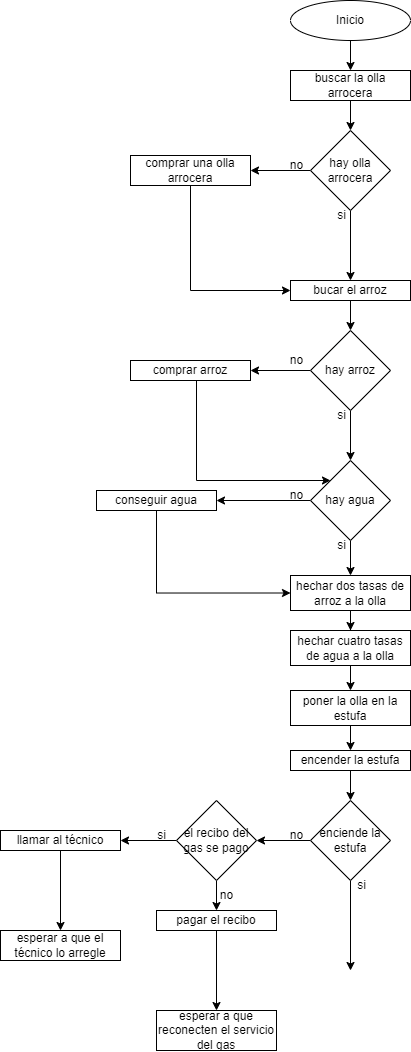
The draw.io diagram cocinar arroz.drawio.png in dasamepu/platzi-flowcharts-de-la-vida-diaria, before a commit. Source tidied: cells renumbered, new cells last; positions are measured from the earlier drawing's top-left corner, leaving out a move shared by most shapes. The source it was exported from:
```xml
<mxGraphModel>
  <root>
    <mxCell id="0" />
    <mxCell id="1" parent="0" />
    <mxCell id="2" style="edgeStyle=orthogonalEdgeStyle;rounded=0;jettySize=auto;html=1;" parent="1" edge="1" source="3" target="5">
      <mxGeometry relative="1" as="geometry" />
    </mxCell>
    <mxCell id="3" value="Inicio" style="ellipse;whiteSpace=wrap;html=1;" parent="1" vertex="1">
      <mxGeometry x="290" width="120" height="40" as="geometry" />
    </mxCell>
    <mxCell id="4" style="edgeStyle=orthogonalEdgeStyle;rounded=0;jettySize=auto;html=1;" parent="1" edge="1" source="5" target="8">
      <mxGeometry relative="1" as="geometry" />
    </mxCell>
    <mxCell id="5" value="buscar la olla arrocera" style="whiteSpace=wrap;html=1;" parent="1" vertex="1">
      <mxGeometry x="290" y="70" width="120" height="30" as="geometry" />
    </mxCell>
    <mxCell id="6" style="edgeStyle=orthogonalEdgeStyle;rounded=0;jettySize=auto;html=1;" parent="1" edge="1" source="8" target="10">
      <mxGeometry relative="1" as="geometry" />
    </mxCell>
    <mxCell id="7" style="edgeStyle=orthogonalEdgeStyle;rounded=0;jettySize=auto;html=1;" parent="1" edge="1" source="8" target="13">
      <mxGeometry relative="1" as="geometry" />
    </mxCell>
    <mxCell id="8" value="hay olla arrocera" style="rhombus;whiteSpace=wrap;html=1;" parent="1" vertex="1">
      <mxGeometry x="310" y="130" width="80" height="80" as="geometry" />
    </mxCell>
    <mxCell id="9" style="edgeStyle=orthogonalEdgeStyle;rounded=0;jettySize=auto;html=1;entryX=0;entryY=0.5;entryDx=0;entryDy=0;" parent="1" edge="1" source="10" target="13">
      <mxGeometry relative="1" as="geometry">
        <Array as="points">
          <mxPoint x="190" y="290" />
        </Array>
      </mxGeometry>
    </mxCell>
    <mxCell id="10" value="comprar una olla arrocera" style="whiteSpace=wrap;html=1;" parent="1" vertex="1">
      <mxGeometry x="130" y="155" width="120" height="30" as="geometry" />
    </mxCell>
    <mxCell id="11" value="no" style="text;html=1;align=center;verticalAlign=middle;strokeColor=none;fillColor=none;" parent="1" vertex="1">
      <mxGeometry x="276" y="150" width="40" height="30" as="geometry" />
    </mxCell>
    <mxCell id="12" style="edgeStyle=orthogonalEdgeStyle;rounded=0;jettySize=auto;html=1;" parent="1" edge="1" source="13" target="17">
      <mxGeometry relative="1" as="geometry" />
    </mxCell>
    <mxCell id="13" value="bucar el arroz" style="whiteSpace=wrap;html=1;" parent="1" vertex="1">
      <mxGeometry x="290" y="280" width="120" height="20" as="geometry" />
    </mxCell>
    <mxCell id="14" value="si" style="text;html=1;align=center;verticalAlign=middle;strokeColor=none;fillColor=none;" parent="1" vertex="1">
      <mxGeometry x="326" y="200" width="30" height="30" as="geometry" />
    </mxCell>
    <mxCell id="15" style="edgeStyle=orthogonalEdgeStyle;rounded=0;jettySize=auto;html=1;" parent="1" edge="1" source="17" target="19">
      <mxGeometry relative="1" as="geometry" />
    </mxCell>
    <mxCell id="16" style="edgeStyle=orthogonalEdgeStyle;rounded=0;jettySize=auto;html=1;" parent="1" edge="1" source="17" target="24">
      <mxGeometry relative="1" as="geometry" />
    </mxCell>
    <mxCell id="17" value="hay arroz" style="rhombus;whiteSpace=wrap;html=1;" parent="1" vertex="1">
      <mxGeometry x="310" y="330" width="80" height="80" as="geometry" />
    </mxCell>
    <mxCell id="18" style="edgeStyle=orthogonalEdgeStyle;rounded=0;jettySize=auto;html=1;entryX=0;entryY=0;entryDx=0;entryDy=0;" parent="1" edge="1" source="19" target="24">
      <mxGeometry relative="1" as="geometry">
        <Array as="points">
          <mxPoint x="196" y="480" />
        </Array>
      </mxGeometry>
    </mxCell>
    <mxCell id="19" value="comprar arroz" style="whiteSpace=wrap;html=1;" parent="1" vertex="1">
      <mxGeometry x="130" y="360" width="120" height="20" as="geometry" />
    </mxCell>
    <mxCell id="20" value="no" style="text;html=1;align=center;verticalAlign=middle;strokeColor=none;fillColor=none;" parent="1" vertex="1">
      <mxGeometry x="276" y="345" width="40" height="30" as="geometry" />
    </mxCell>
    <mxCell id="21" value="si" style="text;html=1;align=center;verticalAlign=middle;strokeColor=none;fillColor=none;" parent="1" vertex="1">
      <mxGeometry x="326" y="400" width="30" height="30" as="geometry" />
    </mxCell>
    <mxCell id="22" style="edgeStyle=orthogonalEdgeStyle;rounded=0;jettySize=auto;html=1;" parent="1" edge="1" source="24" target="26">
      <mxGeometry relative="1" as="geometry" />
    </mxCell>
    <mxCell id="23" style="edgeStyle=orthogonalEdgeStyle;rounded=0;jettySize=auto;html=1;" parent="1" edge="1" source="24" target="30">
      <mxGeometry relative="1" as="geometry" />
    </mxCell>
    <mxCell id="24" value="hay agua" style="rhombus;whiteSpace=wrap;html=1;" parent="1" vertex="1">
      <mxGeometry x="310" y="460" width="80" height="80" as="geometry" />
    </mxCell>
    <mxCell id="25" style="edgeStyle=orthogonalEdgeStyle;rounded=0;jettySize=auto;html=1;entryX=0;entryY=0.5;entryDx=0;entryDy=0;" parent="1" edge="1" source="26" target="30">
      <mxGeometry relative="1" as="geometry">
        <Array as="points">
          <mxPoint x="156" y="593" />
        </Array>
      </mxGeometry>
    </mxCell>
    <mxCell id="26" value="conseguir agua" style="whiteSpace=wrap;html=1;" parent="1" vertex="1">
      <mxGeometry x="96" y="490" width="120" height="20" as="geometry" />
    </mxCell>
    <mxCell id="27" value="si" style="text;html=1;align=center;verticalAlign=middle;strokeColor=none;fillColor=none;" parent="1" vertex="1">
      <mxGeometry x="326" y="530" width="30" height="30" as="geometry" />
    </mxCell>
    <mxCell id="28" value="no" style="text;html=1;align=center;verticalAlign=middle;strokeColor=none;fillColor=none;" parent="1" vertex="1">
      <mxGeometry x="276" y="480" width="40" height="30" as="geometry" />
    </mxCell>
    <mxCell id="29" style="edgeStyle=orthogonalEdgeStyle;rounded=0;jettySize=auto;html=1;" parent="1" edge="1" source="30" target="32">
      <mxGeometry relative="1" as="geometry" />
    </mxCell>
    <mxCell id="30" value="hechar dos tasas de arroz a la olla" style="whiteSpace=wrap;html=1;" parent="1" vertex="1">
      <mxGeometry x="290" y="575" width="120" height="35" as="geometry" />
    </mxCell>
    <mxCell id="31" style="edgeStyle=orthogonalEdgeStyle;rounded=0;jettySize=auto;html=1;" parent="1" edge="1" source="32" target="35">
      <mxGeometry relative="1" as="geometry" />
    </mxCell>
    <mxCell id="32" value="hechar cuatro tasas de agua a la olla" style="whiteSpace=wrap;html=1;" parent="1" vertex="1">
      <mxGeometry x="290" y="630" width="120" height="35" as="geometry" />
    </mxCell>
    <mxCell id="33" style="edgeStyle=orthogonalEdgeStyle;rounded=0;jettySize=auto;html=1;exitX=0.5;exitY=1;exitDx=0;exitDy=0;" parent="1" edge="1" source="51" target="38">
      <mxGeometry relative="1" as="geometry" />
    </mxCell>
    <mxCell id="34" style="edgeStyle=orthogonalEdgeStyle;rounded=0;jettySize=auto;html=1;" parent="1" edge="1" source="35" target="51">
      <mxGeometry relative="1" as="geometry" />
    </mxCell>
    <mxCell id="35" value="poner la olla en la estufa" style="whiteSpace=wrap;html=1;" parent="1" vertex="1">
      <mxGeometry x="290" y="690" width="120" height="35" as="geometry" />
    </mxCell>
    <mxCell id="36" style="edgeStyle=orthogonalEdgeStyle;rounded=0;jettySize=auto;html=1;" parent="1" edge="1" source="38" target="42">
      <mxGeometry relative="1" as="geometry" />
    </mxCell>
    <mxCell id="37" style="edgeStyle=orthogonalEdgeStyle;rounded=0;jettySize=auto;html=1;" parent="1" edge="1" source="38">
      <mxGeometry relative="1" as="geometry">
        <mxPoint x="350" y="970" as="targetPoint" />
      </mxGeometry>
    </mxCell>
    <mxCell id="38" value="enciende la estufa" style="rhombus;whiteSpace=wrap;html=1;" parent="1" vertex="1">
      <mxGeometry x="310" y="800" width="80" height="80" as="geometry" />
    </mxCell>
    <mxCell id="39" value="no" style="text;html=1;align=center;verticalAlign=middle;strokeColor=none;fillColor=none;" parent="1" vertex="1">
      <mxGeometry x="276" y="820" width="40" height="30" as="geometry" />
    </mxCell>
    <mxCell id="40" style="edgeStyle=orthogonalEdgeStyle;rounded=0;jettySize=auto;html=1;" parent="1" edge="1" source="42" target="44">
      <mxGeometry relative="1" as="geometry" />
    </mxCell>
    <mxCell id="41" style="edgeStyle=orthogonalEdgeStyle;rounded=0;jettySize=auto;html=1;" parent="1" edge="1" source="42" target="48">
      <mxGeometry relative="1" as="geometry" />
    </mxCell>
    <mxCell id="42" value="el recibo del gas se pago" style="rhombus;whiteSpace=wrap;html=1;" parent="1" vertex="1">
      <mxGeometry x="176" y="800" width="80" height="80" as="geometry" />
    </mxCell>
    <mxCell id="43" style="edgeStyle=orthogonalEdgeStyle;rounded=0;jettySize=auto;html=1;" parent="1" edge="1" source="44" target="46">
      <mxGeometry relative="1" as="geometry" />
    </mxCell>
    <mxCell id="44" value="llamar al técnico" style="whiteSpace=wrap;html=1;" parent="1" vertex="1">
      <mxGeometry y="830" width="120" height="20" as="geometry" />
    </mxCell>
    <mxCell id="45" value="si" style="text;html=1;align=center;verticalAlign=middle;strokeColor=none;fillColor=none;" parent="1" vertex="1">
      <mxGeometry x="146" y="820" width="30" height="30" as="geometry" />
    </mxCell>
    <mxCell id="46" value="esperar a que el técnico lo arregle" style="whiteSpace=wrap;html=1;" parent="1" vertex="1">
      <mxGeometry y="930" width="120" height="30" as="geometry" />
    </mxCell>
    <mxCell id="47" style="edgeStyle=orthogonalEdgeStyle;rounded=0;jettySize=auto;html=1;" parent="1" edge="1" source="48" target="50">
      <mxGeometry relative="1" as="geometry" />
    </mxCell>
    <mxCell id="48" value="pagar el recibo" style="whiteSpace=wrap;html=1;" parent="1" vertex="1">
      <mxGeometry x="156" y="910" width="120" height="20" as="geometry" />
    </mxCell>
    <mxCell id="49" value="no" style="text;html=1;align=center;verticalAlign=middle;strokeColor=none;fillColor=none;" parent="1" vertex="1">
      <mxGeometry x="206" y="880" width="40" height="30" as="geometry" />
    </mxCell>
    <mxCell id="50" value="esperar a que reconecten el servicio del gas" style="whiteSpace=wrap;html=1;" parent="1" vertex="1">
      <mxGeometry x="156" y="1010" width="120" height="40" as="geometry" />
    </mxCell>
    <mxCell id="51" value="encender la estufa" style="whiteSpace=wrap;html=1;" parent="1" vertex="1">
      <mxGeometry x="290" y="750" width="120" height="20" as="geometry" />
    </mxCell>
    <mxCell id="52" value="si" style="text;html=1;align=center;verticalAlign=middle;strokeColor=none;fillColor=none;" parent="1" vertex="1">
      <mxGeometry x="346" y="870" width="30" height="30" as="geometry" />
    </mxCell>
  </root>
</mxGraphModel>
```
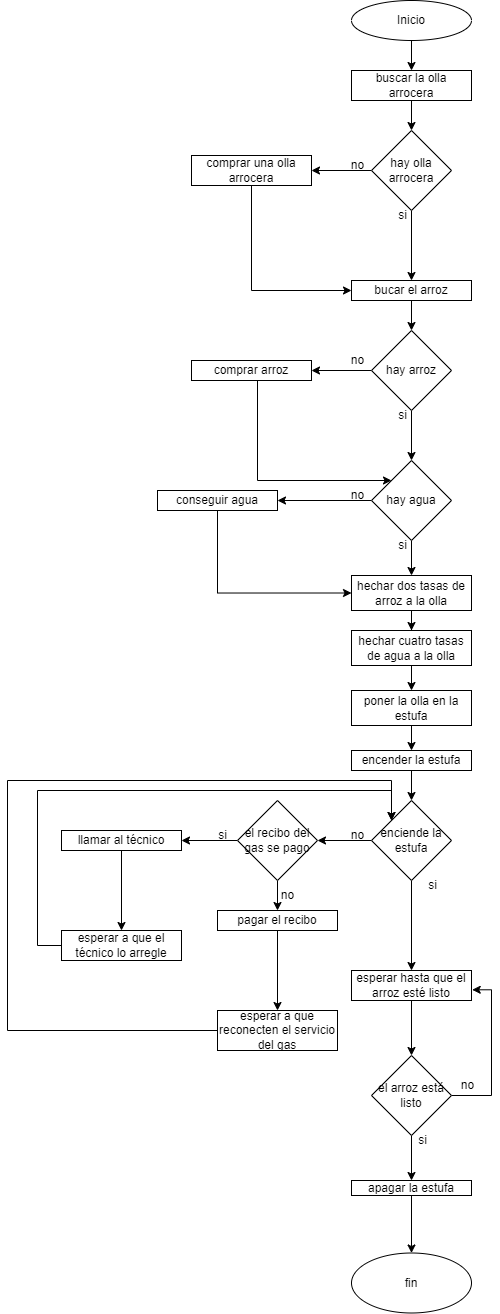
Later version of the same file.

The edit, as a diff of the source:
```diff
@@ -119,11 +119,9 @@
     <mxCell id="36" style="edgeStyle=orthogonalEdgeStyle;rounded=0;jettySize=auto;html=1;" parent="1" edge="1" source="38" target="42">
       <mxGeometry relative="1" as="geometry" />
     </mxCell>
-    <mxCell id="37" style="edgeStyle=orthogonalEdgeStyle;rounded=0;jettySize=auto;html=1;" parent="1" edge="1" source="38">
-      <mxGeometry relative="1" as="geometry">
-        <mxPoint x="350" y="970" as="targetPoint" />
-      </mxGeometry>
-    </mxCell>
+    <mxCell id="53" style="edgeStyle=orthogonalEdgeStyle;rounded=0;jettySize=auto;html=1;" parent="1" edge="1" source="38" target="57">
+      <mxGeometry relative="1" as="geometry" />
+    </mxCell>
     <mxCell id="38" value="enciende la estufa" style="rhombus;whiteSpace=wrap;html=1;" parent="1" vertex="1">
       <mxGeometry x="310" y="800" width="80" height="80" as="geometry" />
     </mxCell>
@@ -148,6 +146,15 @@
     <mxCell id="45" value="si" style="text;html=1;align=center;verticalAlign=middle;strokeColor=none;fillColor=none;" parent="1" vertex="1">
       <mxGeometry x="146" y="820" width="30" height="30" as="geometry" />
     </mxCell>
+    <mxCell id="54" style="edgeStyle=orthogonalEdgeStyle;rounded=0;jettySize=auto;html=1;entryX=0;entryY=0;entryDx=0;entryDy=0;" parent="1" edge="1" source="46" target="38">
+      <mxGeometry relative="1" as="geometry">
+        <Array as="points">
+          <mxPoint x="-24" y="945" />
+          <mxPoint x="-24" y="790" />
+          <mxPoint x="330" y="790" />
+        </Array>
+      </mxGeometry>
+    </mxCell>
     <mxCell id="46" value="esperar a que el técnico lo arregle" style="whiteSpace=wrap;html=1;" parent="1" vertex="1">
       <mxGeometry y="930" width="120" height="30" as="geometry" />
     </mxCell>
@@ -160,6 +167,15 @@
     <mxCell id="49" value="no" style="text;html=1;align=center;verticalAlign=middle;strokeColor=none;fillColor=none;" parent="1" vertex="1">
       <mxGeometry x="206" y="880" width="40" height="30" as="geometry" />
     </mxCell>
+    <mxCell id="55" style="edgeStyle=orthogonalEdgeStyle;rounded=0;jettySize=auto;html=1;entryX=0;entryY=0;entryDx=0;entryDy=0;" parent="1" edge="1" source="50" target="38">
+      <mxGeometry relative="1" as="geometry">
+        <Array as="points">
+          <mxPoint x="-54" y="1030" />
+          <mxPoint x="-54" y="780" />
+          <mxPoint x="330" y="780" />
+        </Array>
+      </mxGeometry>
+    </mxCell>
     <mxCell id="50" value="esperar a que reconecten el servicio del gas" style="whiteSpace=wrap;html=1;" parent="1" vertex="1">
       <mxGeometry x="156" y="1010" width="120" height="40" as="geometry" />
     </mxCell>
@@ -167,7 +183,42 @@
       <mxGeometry x="290" y="750" width="120" height="20" as="geometry" />
     </mxCell>
     <mxCell id="52" value="si" style="text;html=1;align=center;verticalAlign=middle;strokeColor=none;fillColor=none;" parent="1" vertex="1">
-      <mxGeometry x="346" y="870" width="30" height="30" as="geometry" />
+      <mxGeometry x="356" y="870" width="30" height="30" as="geometry" />
     </mxCell>
+    <mxCell id="56" style="edgeStyle=orthogonalEdgeStyle;rounded=0;jettySize=auto;html=1;" parent="1" edge="1" source="57" target="60">
+      <mxGeometry relative="1" as="geometry" />
+    </mxCell>
+    <mxCell id="57" value="esperar hasta que el arroz esté listo" style="whiteSpace=wrap;html=1;" parent="1" vertex="1">
+      <mxGeometry x="290" y="970" width="120" height="30" as="geometry" />
+    </mxCell>
+    <mxCell id="58" style="edgeStyle=orthogonalEdgeStyle;rounded=0;jettySize=auto;html=1;entryX=1.006;entryY=0.643;entryDx=0;entryDy=0;entryPerimeter=0;" parent="1" edge="1" source="60" target="57">
+      <mxGeometry relative="1" as="geometry">
+        <Array as="points">
+          <mxPoint x="430" y="1095" />
+          <mxPoint x="430" y="989" />
+        </Array>
+      </mxGeometry>
+    </mxCell>
+    <mxCell id="59" style="edgeStyle=orthogonalEdgeStyle;rounded=0;jettySize=auto;html=1;" parent="1" edge="1" source="60" target="63">
+      <mxGeometry relative="1" as="geometry" />
+    </mxCell>
+    <mxCell id="60" value="el arroz está listo" style="rhombus;whiteSpace=wrap;html=1;" parent="1" vertex="1">
+      <mxGeometry x="310" y="1055" width="80" height="80" as="geometry" />
+    </mxCell>
+    <mxCell id="61" value="no" style="text;html=1;align=center;verticalAlign=middle;strokeColor=none;fillColor=none;" parent="1" vertex="1">
+      <mxGeometry x="386" y="1070" width="40" height="30" as="geometry" />
+    </mxCell>
+    <mxCell id="62" style="edgeStyle=orthogonalEdgeStyle;rounded=0;jettySize=auto;html=1;" parent="1" edge="1" source="63" target="65">
+      <mxGeometry relative="1" as="geometry" />
+    </mxCell>
+    <mxCell id="63" value="apagar la estufa" style="whiteSpace=wrap;html=1;" parent="1" vertex="1">
+      <mxGeometry x="290" y="1180" width="120" height="15" as="geometry" />
+    </mxCell>
+    <mxCell id="64" value="si" style="text;html=1;align=center;verticalAlign=middle;strokeColor=none;fillColor=none;" parent="1" vertex="1">
+      <mxGeometry x="346" y="1125" width="30" height="30" as="geometry" />
+    </mxCell>
+    <mxCell id="65" value="fin" style="ellipse;whiteSpace=wrap;html=1;" parent="1" vertex="1">
+      <mxGeometry x="290" y="1252.5" width="120" height="60" as="geometry" />
+    </mxCell>
   </root>
 </mxGraphModel>
```
